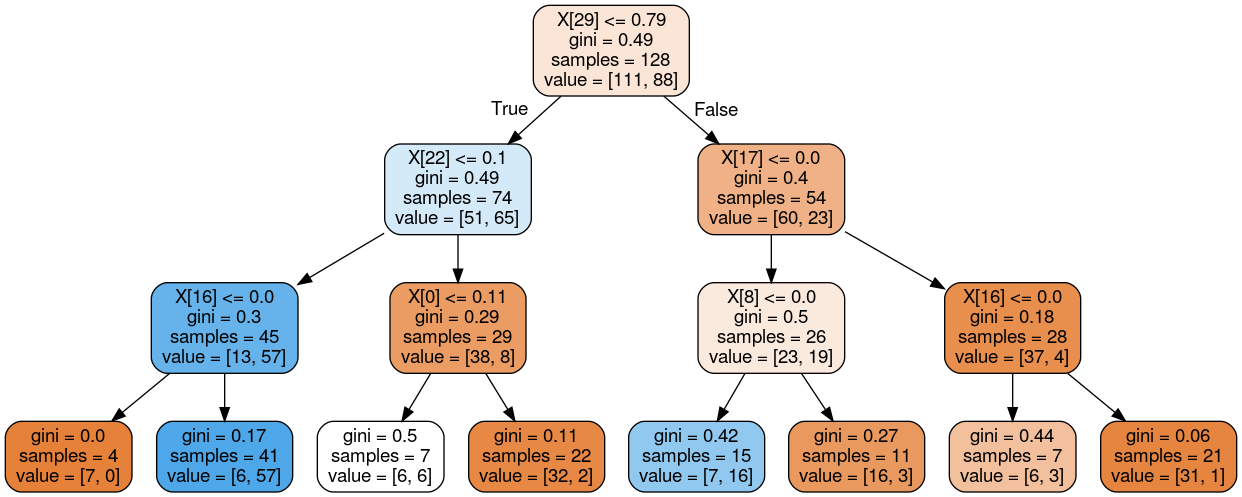
The Graphviz diagram crash_emulator/tree.png in benmsanderson/CNRMppe, before a commit. Its source is kept beside it as crash_emulator/tree.dot.
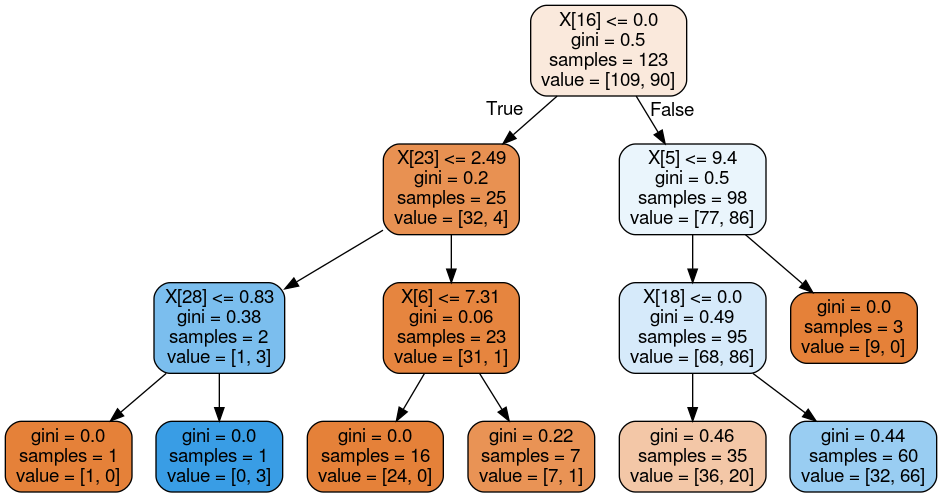
The same diagram one commit later.

Diff of the diagram source:
```diff
@@ -1,33 +1,29 @@
 digraph Tree {
 node [shape=box, style="filled, rounded", color="black", fontname=helvetica] ;
 edge [fontname=helvetica] ;
-0 [label="X[29] <= 0.79\ngini = 0.49\nsamples = 128\nvalue = [111, 88]", fillcolor="#fae5d6"] ;
-1 [label="X[22] <= 0.1\ngini = 0.49\nsamples = 74\nvalue = [51, 65]", fillcolor="#d4eaf9"] ;
+0 [label="X[16] <= 0.0\ngini = 0.5\nsamples = 123\nvalue = [109, 90]", fillcolor="#fae9dc"] ;
+1 [label="X[23] <= 2.49\ngini = 0.2\nsamples = 25\nvalue = [32, 4]", fillcolor="#e89152"] ;
 0 -> 1 [labeldistance=2.5, labelangle=45, headlabel="True"] ;
-2 [label="X[16] <= 0.0\ngini = 0.3\nsamples = 45\nvalue = [13, 57]", fillcolor="#66b3eb"] ;
+2 [label="X[28] <= 0.83\ngini = 0.38\nsamples = 2\nvalue = [1, 3]", fillcolor="#7bbeee"] ;
 1 -> 2 ;
-3 [label="gini = 0.0\nsamples = 4\nvalue = [7, 0]", fillcolor="#e58139"] ;
+3 [label="gini = 0.0\nsamples = 1\nvalue = [1, 0]", fillcolor="#e58139"] ;
 2 -> 3 ;
-4 [label="gini = 0.17\nsamples = 41\nvalue = [6, 57]", fillcolor="#4ea7e8"] ;
+4 [label="gini = 0.0\nsamples = 1\nvalue = [0, 3]", fillcolor="#399de5"] ;
 2 -> 4 ;
-5 [label="X[0] <= 0.11\ngini = 0.29\nsamples = 29\nvalue = [38, 8]", fillcolor="#ea9c63"] ;
+5 [label="X[6] <= 7.31\ngini = 0.06\nsamples = 23\nvalue = [31, 1]", fillcolor="#e6853f"] ;
 1 -> 5 ;
-6 [label="gini = 0.5\nsamples = 7\nvalue = [6, 6]", fillcolor="#ffffff"] ;
+6 [label="gini = 0.0\nsamples = 16\nvalue = [24, 0]", fillcolor="#e58139"] ;
 5 -> 6 ;
-7 [label="gini = 0.11\nsamples = 22\nvalue = [32, 2]", fillcolor="#e78945"] ;
+7 [label="gini = 0.22\nsamples = 7\nvalue = [7, 1]", fillcolor="#e99355"] ;
 5 -> 7 ;
-8 [label="X[17] <= 0.0\ngini = 0.4\nsamples = 54\nvalue = [60, 23]", fillcolor="#efb185"] ;
+8 [label="X[5] <= 9.4\ngini = 0.5\nsamples = 98\nvalue = [77, 86]", fillcolor="#eaf5fc"] ;
 0 -> 8 [labeldistance=2.5, labelangle=-45, headlabel="False"] ;
-9 [label="X[8] <= 0.0\ngini = 0.5\nsamples = 26\nvalue = [23, 19]", fillcolor="#fae9dd"] ;
+9 [label="X[18] <= 0.0\ngini = 0.49\nsamples = 95\nvalue = [68, 86]", fillcolor="#d6eafa"] ;
 8 -> 9 ;
-10 [label="gini = 0.42\nsamples = 15\nvalue = [7, 16]", fillcolor="#90c8f0"] ;
+10 [label="gini = 0.46\nsamples = 35\nvalue = [36, 20]", fillcolor="#f3c7a7"] ;
 9 -> 10 ;
-11 [label="gini = 0.27\nsamples = 11\nvalue = [16, 3]", fillcolor="#ea995e"] ;
+11 [label="gini = 0.44\nsamples = 60\nvalue = [32, 66]", fillcolor="#99cdf2"] ;
 9 -> 11 ;
-12 [label="X[16] <= 0.0\ngini = 0.18\nsamples = 28\nvalue = [37, 4]", fillcolor="#e88f4e"] ;
+12 [label="gini = 0.0\nsamples = 3\nvalue = [9, 0]", fillcolor="#e58139"] ;
 8 -> 12 ;
-13 [label="gini = 0.44\nsamples = 7\nvalue = [6, 3]", fillcolor="#f2c09c"] ;
-12 -> 13 ;
-14 [label="gini = 0.06\nsamples = 21\nvalue = [31, 1]", fillcolor="#e6853f"] ;
-12 -> 14 ;
 }
```
